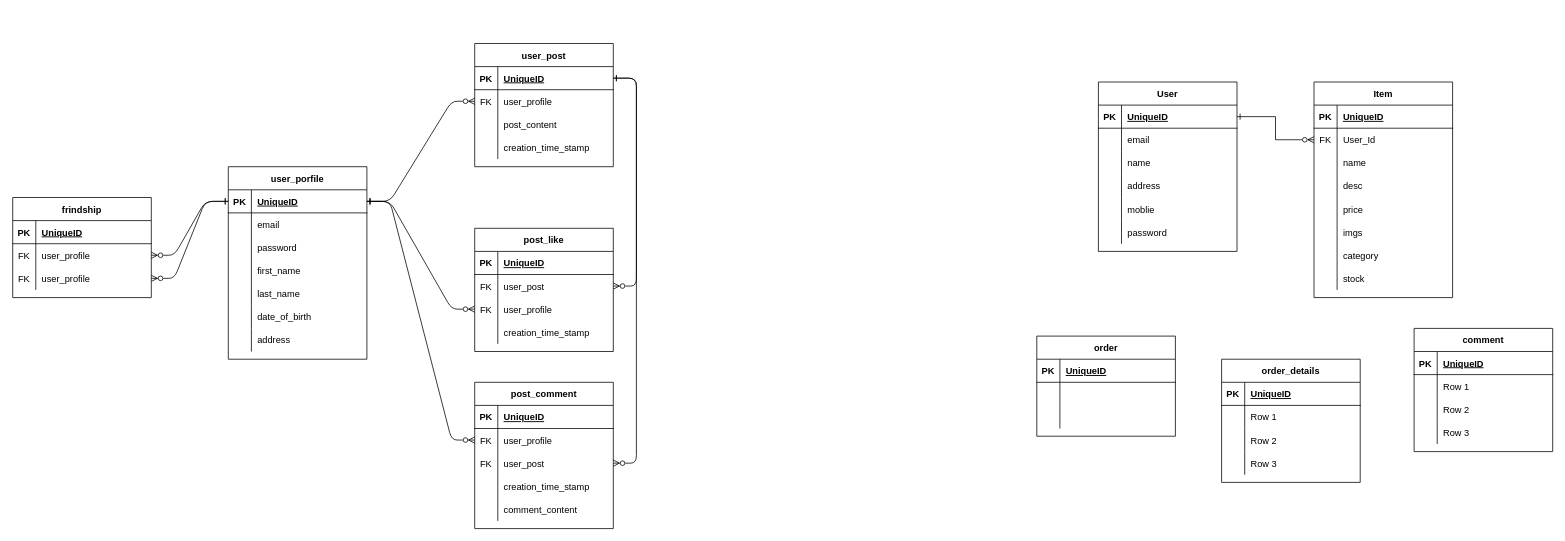
Before: erd.drawio in anagreh/ema-shop-api, a draw.io diagram. Source tidied: cells renumbered, new cells numbered last; positions are measured from the earlier drawing's top-left corner, leaving out a move shared by most shapes. Both pictures are drawn from the tidied source at 77%, with x=0, y=0 at pixel (12, 43).
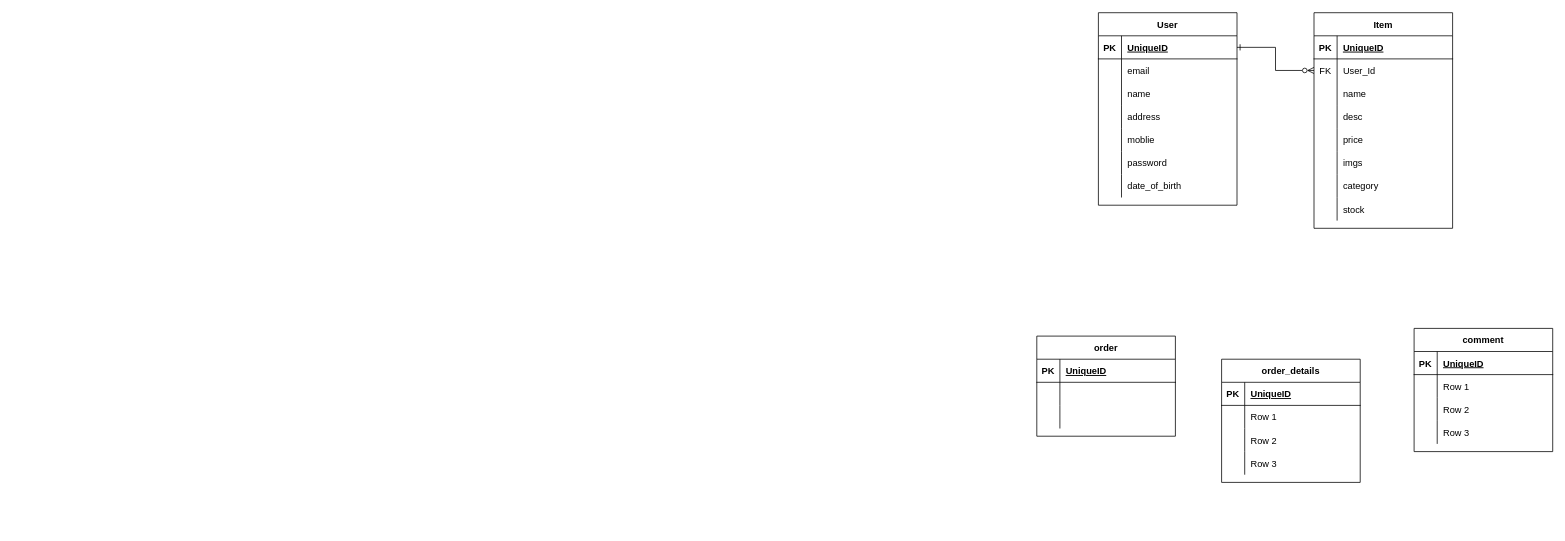
The same diagram, later.

Change to the diagram source:
```diff
@@
-    <mxCell id="2" value="user_porfile" style="shape=table;startSize=30;childLayout=tableLayout;rowLines=0;fontStyle=1;align=center;" parent="1" vertex="1">
-      <mxGeometry x="280" y="160" width="180" height="250" as="geometry" />
-    </mxCell>
-    <mxCell id="3" style="shape=partialRectangle;fillColor=none;top=0;left=0;bottom=1;right=0;points=[[0,0.5],[1,0.5]];portConstraint=eastwest;" parent="2" vertex="1">
-      <mxGeometry y="30" width="180" height="30" as="geometry" />
-    </mxCell>
-    <mxCell id="4" value="PK" style="shape=partialRectangle;fillColor=none;top=0;left=0;bottom=0;right=0;fontStyle=1;overflow=hidden;" parent="3" vertex="1">
-      <mxGeometry width="30" height="30" as="geometry" />
-    </mxCell>
-    <mxCell id="5" value="UniqueID" style="shape=partialRectangle;fillColor=none;top=0;left=0;bottom=0;right=0;align=left;spacingLeft=6;fontStyle=5;overflow=hidden;" parent="3" vertex="1">
-      <mxGeometry x="30" width="150" height="30" as="geometry" />
-    </mxCell>
-    <mxCell id="6" style="shape=partialRectangle;fillColor=none;top=0;left=0;bottom=0;right=0;" parent="2" vertex="1">
-      <mxGeometry y="60" width="180" height="30" as="geometry" />
-    </mxCell>
-    <mxCell id="7" style="shape=partialRectangle;fillColor=none;top=0;left=0;bottom=0;right=0;overflow=hidden;" parent="6" vertex="1">
-      <mxGeometry width="30" height="30" as="geometry" />
-    </mxCell>
-    <mxCell id="8" value="email" style="shape=partialRectangle;fillColor=none;top=0;left=0;bottom=0;right=0;align=left;spacingLeft=6;overflow=hidden;" parent="6" vertex="1">
-      <mxGeometry x="30" width="150" height="30" as="geometry" />
-    </mxCell>
-    <mxCell id="9" style="shape=partialRectangle;fillColor=none;top=0;left=0;bottom=0;right=0;" parent="2" vertex="1">
-      <mxGeometry y="90" width="180" height="30" as="geometry" />
-    </mxCell>
-    <mxCell id="10" style="shape=partialRectangle;fillColor=none;top=0;left=0;bottom=0;right=0;overflow=hidden;" parent="9" vertex="1">
-      <mxGeometry width="30" height="30" as="geometry" />
-    </mxCell>
-    <mxCell id="11" value="password" style="shape=partialRectangle;fillColor=none;top=0;left=0;bottom=0;right=0;align=left;spacingLeft=6;overflow=hidden;" parent="9" vertex="1">
-      <mxGeometry x="30" width="150" height="30" as="geometry" />
-    </mxCell>
-    <mxCell id="12" style="shape=partialRectangle;fillColor=none;top=0;left=0;bottom=0;right=0;" parent="2" vertex="1">
-      <mxGeometry y="120" width="180" height="30" as="geometry" />
-    </mxCell>
-    <mxCell id="13" style="shape=partialRectangle;fillColor=none;top=0;left=0;bottom=0;right=0;overflow=hidden;" parent="12" vertex="1">
-      <mxGeometry width="30" height="30" as="geometry" />
-    </mxCell>
-    <mxCell id="14" value="first_name" style="shape=partialRectangle;fillColor=none;top=0;left=0;bottom=0;right=0;align=left;spacingLeft=6;overflow=hidden;" parent="12" vertex="1">
-      <mxGeometry x="30" width="150" height="30" as="geometry" />
-    </mxCell>
-    <mxCell id="15" style="shape=partialRectangle;fillColor=none;top=0;left=0;bottom=0;right=0;" parent="2" vertex="1">
-      <mxGeometry y="150" width="180" height="30" as="geometry" />
-    </mxCell>
-    <mxCell id="16" style="shape=partialRectangle;fillColor=none;top=0;left=0;bottom=0;right=0;overflow=hidden;" parent="15" vertex="1">
-      <mxGeometry width="30" height="30" as="geometry" />
-    </mxCell>
-    <mxCell id="17" value="last_name" style="shape=partialRectangle;fillColor=none;top=0;left=0;bottom=0;right=0;align=left;spacingLeft=6;overflow=hidden;" parent="15" vertex="1">
-      <mxGeometry x="30" width="150" height="30" as="geometry" />
-    </mxCell>
-    <mxCell id="18" style="shape=partialRectangle;fillColor=none;top=0;left=0;bottom=0;right=0;" parent="2" vertex="1">
-      <mxGeometry y="180" width="180" height="30" as="geometry" />
-    </mxCell>
-    <mxCell id="19" style="shape=partialRectangle;fillColor=none;top=0;left=0;bottom=0;right=0;overflow=hidden;" parent="18" vertex="1">
-      <mxGeometry width="30" height="30" as="geometry" />
-    </mxCell>
-    <mxCell id="20" value="date_of_birth" style="shape=partialRectangle;fillColor=none;top=0;left=0;bottom=0;right=0;align=left;spacingLeft=6;overflow=hidden;" parent="18" vertex="1">
-      <mxGeometry x="30" width="150" height="30" as="geometry" />
-    </mxCell>
-    <mxCell id="21" style="shape=partialRectangle;fillColor=none;top=0;left=0;bottom=0;right=0;" parent="2" vertex="1">
-      <mxGeometry y="210" width="180" height="30" as="geometry" />
-    </mxCell>
-    <mxCell id="22" style="shape=partialRectangle;fillColor=none;top=0;left=0;bottom=0;right=0;overflow=hidden;" parent="21" vertex="1">
-      <mxGeometry width="30" height="30" as="geometry" />
-    </mxCell>
-    <mxCell id="23" value="address" style="shape=partialRectangle;fillColor=none;top=0;left=0;bottom=0;right=0;align=left;spacingLeft=6;overflow=hidden;" parent="21" vertex="1">
-      <mxGeometry x="30" width="150" height="30" as="geometry" />
-    </mxCell>
-    <mxCell id="24" value="user_post" style="shape=table;startSize=30;childLayout=tableLayout;rowLines=0;fontStyle=1;align=center;" parent="1" vertex="1">
-      <mxGeometry x="600" width="180" height="160" as="geometry" />
-    </mxCell>
-    <mxCell id="25" style="shape=partialRectangle;fillColor=none;top=0;left=0;bottom=1;right=0;points=[[0,0.5],[1,0.5]];portConstraint=eastwest;" parent="24" vertex="1">
-      <mxGeometry y="30" width="180" height="30" as="geometry" />
-    </mxCell>
-    <mxCell id="26" value="PK" style="shape=partialRectangle;fillColor=none;top=0;left=0;bottom=0;right=0;fontStyle=1;overflow=hidden;" parent="25" vertex="1">
-      <mxGeometry width="30" height="30" as="geometry" />
-    </mxCell>
-    <mxCell id="27" value="UniqueID" style="shape=partialRectangle;fillColor=none;top=0;left=0;bottom=0;right=0;align=left;spacingLeft=6;fontStyle=5;overflow=hidden;" parent="25" vertex="1">
-      <mxGeometry x="30" width="150" height="30" as="geometry" />
-    </mxCell>
-    <mxCell id="28" style="shape=partialRectangle;fillColor=none;top=0;left=0;bottom=0;right=0;points=[[0,0.5],[1,0.5]];portConstraint=eastwest;" parent="24" vertex="1">
-      <mxGeometry y="60" width="180" height="30" as="geometry" />
-    </mxCell>
-    <mxCell id="29" value="FK" style="shape=partialRectangle;fillColor=none;top=0;left=0;bottom=0;right=0;overflow=hidden;" parent="28" vertex="1">
-      <mxGeometry width="30" height="30" as="geometry" />
-    </mxCell>
-    <mxCell id="30" value="user_profile" style="shape=partialRectangle;fillColor=none;top=0;left=0;bottom=0;right=0;align=left;spacingLeft=6;overflow=hidden;" parent="28" vertex="1">
-      <mxGeometry x="30" width="150" height="30" as="geometry" />
-    </mxCell>
-    <mxCell id="31" style="shape=partialRectangle;fillColor=none;top=0;left=0;bottom=0;right=0;" parent="24" vertex="1">
-      <mxGeometry y="90" width="180" height="30" as="geometry" />
-    </mxCell>
-    <mxCell id="32" style="shape=partialRectangle;fillColor=none;top=0;left=0;bottom=0;right=0;overflow=hidden;" parent="31" vertex="1">
-      <mxGeometry width="30" height="30" as="geometry" />
-    </mxCell>
-    <mxCell id="33" value="post_content" style="shape=partialRectangle;fillColor=none;top=0;left=0;bottom=0;right=0;align=left;spacingLeft=6;overflow=hidden;" parent="31" vertex="1">
-      <mxGeometry x="30" width="150" height="30" as="geometry" />
-    </mxCell>
-    <mxCell id="34" style="shape=partialRectangle;fillColor=none;top=0;left=0;bottom=0;right=0;" parent="24" vertex="1">
-      <mxGeometry y="120" width="180" height="30" as="geometry" />
-    </mxCell>
-    <mxCell id="35" style="shape=partialRectangle;fillColor=none;top=0;left=0;bottom=0;right=0;overflow=hidden;" parent="34" vertex="1">
-      <mxGeometry width="30" height="30" as="geometry" />
-    </mxCell>
-    <mxCell id="36" value="creation_time_stamp" style="shape=partialRectangle;fillColor=none;top=0;left=0;bottom=0;right=0;align=left;spacingLeft=6;overflow=hidden;" parent="34" vertex="1">
-      <mxGeometry x="30" width="150" height="30" as="geometry" />
-    </mxCell>
-    <mxCell id="37" style="edgeStyle=entityRelationEdgeStyle;html=1;startArrow=ERzeroToMany;startFill=0;endArrow=ERone;endFill=0;" parent="1" edge="1" source="28" target="3">
-      <mxGeometry relative="1" as="geometry" />
-    </mxCell>
-    <mxCell id="38" value="post_comment" style="shape=table;startSize=30;childLayout=tableLayout;rowLines=0;fontStyle=1;align=center;" parent="1" vertex="1">
-      <mxGeometry x="600" y="440" width="180" height="190" as="geometry" />
-    </mxCell>
-    <mxCell id="39" style="shape=partialRectangle;fillColor=none;top=0;left=0;bottom=1;right=0;" parent="38" vertex="1">
-      <mxGeometry y="30" width="180" height="30" as="geometry" />
-    </mxCell>
-    <mxCell id="40" value="PK" style="shape=partialRectangle;fillColor=none;top=0;left=0;bottom=0;right=0;fontStyle=1;overflow=hidden;" parent="39" vertex="1">
-      <mxGeometry width="30" height="30" as="geometry" />
-    </mxCell>
-    <mxCell id="41" value="UniqueID" style="shape=partialRectangle;fillColor=none;top=0;left=0;bottom=0;right=0;align=left;spacingLeft=6;fontStyle=5;overflow=hidden;" parent="39" vertex="1">
-      <mxGeometry x="30" width="150" height="30" as="geometry" />
-    </mxCell>
-    <mxCell id="42" style="shape=partialRectangle;fillColor=none;top=0;left=0;bottom=0;right=0;points=[[0,0.5],[1,0.5]];portConstraint=eastwest;" parent="38" vertex="1">
-      <mxGeometry y="60" width="180" height="30" as="geometry" />
-    </mxCell>
-    <mxCell id="43" value="FK" style="shape=partialRectangle;fillColor=none;top=0;left=0;bottom=0;right=0;overflow=hidden;" parent="42" vertex="1">
-      <mxGeometry width="30" height="30" as="geometry" />
-    </mxCell>
-    <mxCell id="44" value="user_profile" style="shape=partialRectangle;fillColor=none;top=0;left=0;bottom=0;right=0;align=left;spacingLeft=6;overflow=hidden;" parent="42" vertex="1">
-      <mxGeometry x="30" width="150" height="30" as="geometry" />
-    </mxCell>
-    <mxCell id="45" style="shape=partialRectangle;fillColor=none;top=0;left=0;bottom=0;right=0;points=[[0,0.5],[1,0.5]];portConstraint=eastwest;" parent="38" vertex="1">
-      <mxGeometry y="90" width="180" height="30" as="geometry" />
-    </mxCell>
-    <mxCell id="46" value="FK" style="shape=partialRectangle;fillColor=none;top=0;left=0;bottom=0;right=0;overflow=hidden;" parent="45" vertex="1">
-      <mxGeometry width="30" height="30" as="geometry" />
-    </mxCell>
-    <mxCell id="47" value="user_post" style="shape=partialRectangle;fillColor=none;top=0;left=0;bottom=0;right=0;align=left;spacingLeft=6;overflow=hidden;" parent="45" vertex="1">
-      <mxGeometry x="30" width="150" height="30" as="geometry" />
-    </mxCell>
-    <mxCell id="48" style="shape=partialRectangle;fillColor=none;top=0;left=0;bottom=0;right=0;" parent="38" vertex="1">
-      <mxGeometry y="120" width="180" height="30" as="geometry" />
-    </mxCell>
-    <mxCell id="49" style="shape=partialRectangle;fillColor=none;top=0;left=0;bottom=0;right=0;overflow=hidden;" parent="48" vertex="1">
-      <mxGeometry width="30" height="30" as="geometry" />
-    </mxCell>
-    <mxCell id="50" value="creation_time_stamp" style="shape=partialRectangle;fillColor=none;top=0;left=0;bottom=0;right=0;align=left;spacingLeft=6;overflow=hidden;" parent="48" vertex="1">
-      <mxGeometry x="30" width="150" height="30" as="geometry" />
-    </mxCell>
-    <mxCell id="51" style="shape=partialRectangle;fillColor=none;top=0;left=0;bottom=0;right=0;" parent="38" vertex="1">
-      <mxGeometry y="150" width="180" height="30" as="geometry" />
-    </mxCell>
-    <mxCell id="52" style="shape=partialRectangle;fillColor=none;top=0;left=0;bottom=0;right=0;overflow=hidden;" parent="51" vertex="1">
-      <mxGeometry width="30" height="30" as="geometry" />
-    </mxCell>
-    <mxCell id="53" value="comment_content" style="shape=partialRectangle;fillColor=none;top=0;left=0;bottom=0;right=0;align=left;spacingLeft=6;overflow=hidden;" parent="51" vertex="1">
-      <mxGeometry x="30" width="150" height="30" as="geometry" />
-    </mxCell>
-    <mxCell id="54" style="edgeStyle=entityRelationEdgeStyle;html=1;startArrow=ERzeroToMany;startFill=0;endArrow=ERone;endFill=0;" parent="1" edge="1" source="42" target="3">
-      <mxGeometry relative="1" as="geometry" />
-    </mxCell>
-    <mxCell id="55" style="edgeStyle=entityRelationEdgeStyle;html=1;startArrow=ERzeroToMany;startFill=0;endArrow=ERone;endFill=0;" parent="1" edge="1" source="45" target="25">
-      <mxGeometry relative="1" as="geometry" />
-    </mxCell>
-    <mxCell id="56" value="frindship" style="shape=table;startSize=30;childLayout=tableLayout;rowLines=0;fontStyle=1;align=center;" parent="1" vertex="1">
-      <mxGeometry y="200" width="180" height="130" as="geometry" />
-    </mxCell>
-    <mxCell id="57" style="shape=partialRectangle;fillColor=none;top=0;left=0;bottom=1;right=0;" parent="56" vertex="1">
-      <mxGeometry y="30" width="180" height="30" as="geometry" />
-    </mxCell>
-    <mxCell id="58" value="PK" style="shape=partialRectangle;fillColor=none;top=0;left=0;bottom=0;right=0;fontStyle=1;overflow=hidden;" parent="57" vertex="1">
-      <mxGeometry width="30" height="30" as="geometry" />
-    </mxCell>
-    <mxCell id="59" value="UniqueID" style="shape=partialRectangle;fillColor=none;top=0;left=0;bottom=0;right=0;align=left;spacingLeft=6;fontStyle=5;overflow=hidden;" parent="57" vertex="1">
-      <mxGeometry x="30" width="150" height="30" as="geometry" />
-    </mxCell>
-    <mxCell id="60" style="shape=partialRectangle;fillColor=none;top=0;left=0;bottom=0;right=0;points=[[0,0.5],[1,0.5]];portConstraint=eastwest;" parent="56" vertex="1">
-      <mxGeometry y="60" width="180" height="30" as="geometry" />
-    </mxCell>
-    <mxCell id="61" value="FK" style="shape=partialRectangle;fillColor=none;top=0;left=0;bottom=0;right=0;overflow=hidden;" parent="60" vertex="1">
-      <mxGeometry width="30" height="30" as="geometry" />
-    </mxCell>
-    <mxCell id="62" value="user_profile" style="shape=partialRectangle;fillColor=none;top=0;left=0;bottom=0;right=0;align=left;spacingLeft=6;overflow=hidden;" parent="60" vertex="1">
-      <mxGeometry x="30" width="150" height="30" as="geometry" />
-    </mxCell>
-    <mxCell id="63" style="shape=partialRectangle;fillColor=none;top=0;left=0;bottom=0;right=0;points=[[0,0.5],[1,0.5]];portConstraint=eastwest;" parent="56" vertex="1">
-      <mxGeometry y="90" width="180" height="30" as="geometry" />
-    </mxCell>
-    <mxCell id="64" value="FK" style="shape=partialRectangle;fillColor=none;top=0;left=0;bottom=0;right=0;overflow=hidden;" parent="63" vertex="1">
-      <mxGeometry width="30" height="30" as="geometry" />
-    </mxCell>
-    <mxCell id="65" value="user_profile" style="shape=partialRectangle;fillColor=none;top=0;left=0;bottom=0;right=0;align=left;spacingLeft=6;overflow=hidden;" parent="63" vertex="1">
-      <mxGeometry x="30" width="150" height="30" as="geometry" />
-    </mxCell>
-    <mxCell id="66" value="post_like" style="shape=table;startSize=30;childLayout=tableLayout;rowLines=0;fontStyle=1;align=center;" parent="1" vertex="1">
-      <mxGeometry x="600" y="240" width="180" height="160" as="geometry" />
-    </mxCell>
-    <mxCell id="67" style="shape=partialRectangle;fillColor=none;top=0;left=0;bottom=1;right=0;" parent="66" vertex="1">
-      <mxGeometry y="30" width="180" height="30" as="geometry" />
-    </mxCell>
-    <mxCell id="68" value="PK" style="shape=partialRectangle;fillColor=none;top=0;left=0;bottom=0;right=0;fontStyle=1;overflow=hidden;" parent="67" vertex="1">
-      <mxGeometry width="30" height="30" as="geometry" />
-    </mxCell>
-    <mxCell id="69" value="UniqueID" style="shape=partialRectangle;fillColor=none;top=0;left=0;bottom=0;right=0;align=left;spacingLeft=6;fontStyle=5;overflow=hidden;" parent="67" vertex="1">
-      <mxGeometry x="30" width="150" height="30" as="geometry" />
-    </mxCell>
-    <mxCell id="70" style="shape=partialRectangle;fillColor=none;top=0;left=0;bottom=0;right=0;points=[[0,0.5],[1,0.5]];portConstraint=eastwest;" parent="66" vertex="1">
-      <mxGeometry y="60" width="180" height="30" as="geometry" />
-    </mxCell>
-    <mxCell id="71" value="FK" style="shape=partialRectangle;fillColor=none;top=0;left=0;bottom=0;right=0;overflow=hidden;" parent="70" vertex="1">
-      <mxGeometry width="30" height="30" as="geometry" />
-    </mxCell>
-    <mxCell id="72" value="user_post" style="shape=partialRectangle;fillColor=none;top=0;left=0;bottom=0;right=0;align=left;spacingLeft=6;overflow=hidden;" parent="70" vertex="1">
-      <mxGeometry x="30" width="150" height="30" as="geometry" />
-    </mxCell>
-    <mxCell id="73" style="shape=partialRectangle;fillColor=none;top=0;left=0;bottom=0;right=0;points=[[0,0.5],[1,0.5]];portConstraint=eastwest;" parent="66" vertex="1">
-      <mxGeometry y="90" width="180" height="30" as="geometry" />
-    </mxCell>
-    <mxCell id="74" value="FK" style="shape=partialRectangle;fillColor=none;top=0;left=0;bottom=0;right=0;overflow=hidden;" parent="73" vertex="1">
-      <mxGeometry width="30" height="30" as="geometry" />
-    </mxCell>
-    <mxCell id="75" value="user_profile" style="shape=partialRectangle;fillColor=none;top=0;left=0;bottom=0;right=0;align=left;spacingLeft=6;overflow=hidden;" parent="73" vertex="1">
-      <mxGeometry x="30" width="150" height="30" as="geometry" />
-    </mxCell>
-    <mxCell id="76" style="shape=partialRectangle;fillColor=none;top=0;left=0;bottom=0;right=0;" parent="66" vertex="1">
-      <mxGeometry y="120" width="180" height="30" as="geometry" />
-    </mxCell>
-    <mxCell id="77" style="shape=partialRectangle;fillColor=none;top=0;left=0;bottom=0;right=0;overflow=hidden;" parent="76" vertex="1">
-      <mxGeometry width="30" height="30" as="geometry" />
-    </mxCell>
-    <mxCell id="78" value="creation_time_stamp" style="shape=partialRectangle;fillColor=none;top=0;left=0;bottom=0;right=0;align=left;spacingLeft=6;overflow=hidden;" parent="76" vertex="1">
-      <mxGeometry x="30" width="150" height="30" as="geometry" />
-    </mxCell>
-    <mxCell id="79" style="edgeStyle=entityRelationEdgeStyle;html=1;startArrow=ERzeroToMany;startFill=0;endArrow=ERone;endFill=0;" parent="1" edge="1" source="70" target="25">
-      <mxGeometry relative="1" as="geometry" />
-    </mxCell>
-    <mxCell id="80" style="edgeStyle=entityRelationEdgeStyle;html=1;entryX=1;entryY=0.5;entryDx=0;entryDy=0;startArrow=ERzeroToMany;startFill=0;endArrow=ERone;endFill=0;" parent="1" edge="1" source="73" target="3">
-      <mxGeometry relative="1" as="geometry" />
-    </mxCell>
-    <mxCell id="81" style="edgeStyle=entityRelationEdgeStyle;html=1;startArrow=ERzeroToMany;startFill=0;endArrow=ERone;endFill=0;" parent="1" edge="1" source="60" target="3">
-      <mxGeometry relative="1" as="geometry" />
-    </mxCell>
-    <mxCell id="82" style="edgeStyle=entityRelationEdgeStyle;html=1;startArrow=ERzeroToMany;startFill=0;endArrow=ERone;endFill=0;" parent="1" edge="1" source="63" target="3">
-      <mxGeometry relative="1" as="geometry" />
-    </mxCell>
     <mxCell id="83" value="User" style="shape=table;startSize=30;childLayout=tableLayout;rowLines=0;fontStyle=1;align=center;" parent="1" vertex="1">
-      <mxGeometry x="1410" y="50" width="180" height="220" as="geometry" />
+      <mxGeometry x="1410" y="-40" width="180" height="250" as="geometry" />
     </mxCell>
@@
+    <mxCell id="164" style="shape=tableRow;horizontal=0;startSize=0;swimlaneHead=0;swimlaneBody=0;fillColor=none;top=0;left=0;right=0;bottom=0;" parent="83" vertex="1">
+      <mxGeometry y="180" width="180" height="30" as="geometry" />
+    </mxCell>
+    <mxCell id="165" style="shape=partialRectangle;fillColor=none;top=0;left=0;bottom=0;right=0;overflow=hidden;" parent="164" vertex="1">
+      <mxGeometry width="30" height="30" as="geometry" />
+    </mxCell>
+    <mxCell id="11" value="password" style="shape=partialRectangle;fillColor=none;top=0;left=0;bottom=0;right=0;align=left;spacingLeft=6;overflow=hidden;" parent="164" vertex="1">
+      <mxGeometry x="30" width="150" height="30" as="geometry" />
+    </mxCell>
     <mxCell id="99" style="shape=tableRow;horizontal=0;startSize=0;swimlaneHead=0;swimlaneBody=0;fillColor=none;top=0;left=0;right=0;bottom=0;" parent="83" vertex="1">
-      <mxGeometry y="180" width="180" height="30" as="geometry" />
+      <mxGeometry y="210" width="180" height="30" as="geometry" />
     </mxCell>
@@
-    <mxCell id="101" value="password" style="shape=partialRectangle;fillColor=none;top=0;left=0;bottom=0;right=0;align=left;spacingLeft=6;overflow=hidden;" parent="99" vertex="1">
+    <mxCell id="101" value="date_of_birth" style="shape=partialRectangle;fillColor=none;top=0;left=0;bottom=0;right=0;align=left;spacingLeft=6;overflow=hidden;" parent="99" vertex="1">
       <mxGeometry x="30" width="150" height="30" as="geometry" />
     </mxCell>
     <mxCell id="102" value="Item" style="shape=table;startSize=30;childLayout=tableLayout;rowLines=0;fontStyle=1;align=center;" parent="1" vertex="1">
-      <mxGeometry x="1690" y="50" width="180" height="280" as="geometry" />
+      <mxGeometry x="1690" y="-40" width="180" height="280" as="geometry" />
     </mxCell>
```
